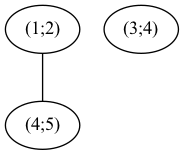
The Graphviz diagram 5/output/graph.dot.png in IvanMurzin/Informatics, before a commit. Its source is kept beside it as 5/output/graph.dot. The source it was exported from:
```dot
strict graph {
 "(1;2)";
 "(1;2)" -- "(4;5)";
 "(4;5)";
 "(4;5)" -- "(1;2)";
 "(3;4)";
}
```
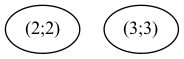
Above is the later version.

Diff of the diagram source:
```diff
@@ -1,7 +1,4 @@
 strict graph {
- "(1;2)";
- "(1;2)" -- "(4;5)";
- "(4;5)";
- "(4;5)" -- "(1;2)";
- "(3;4)";
+ "(2;2)";
+ "(3;3)";
 }
```
